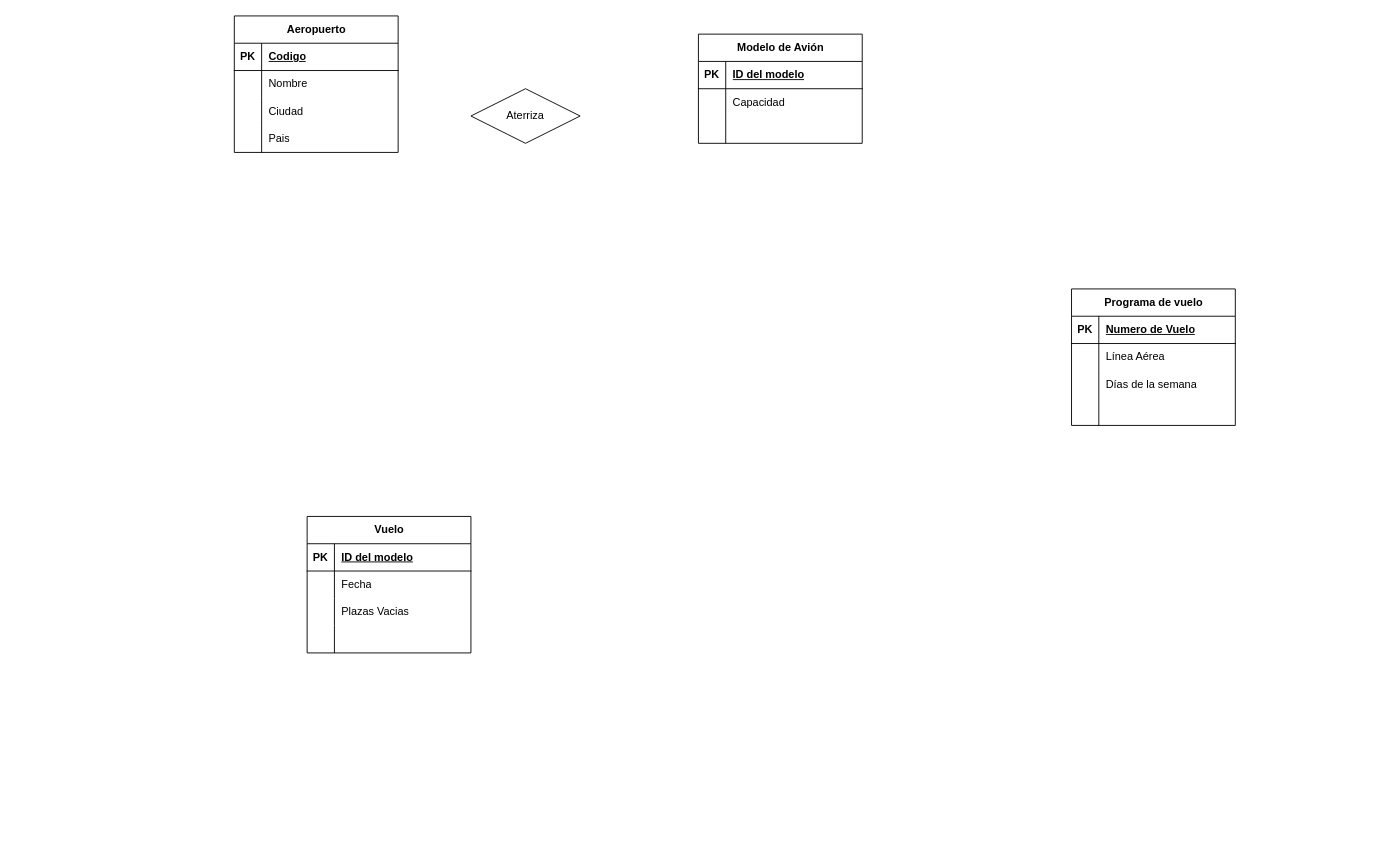
Earlier version of the draw.io diagram page "Página-7" (7 of 7) of UML.drawio (BROC95/JJB_sw). Source tidied: cells renumbered, new cells numbered last; positions are measured from the earlier drawing's top-left corner, leaving out a move shared by most shapes. Both pictures are drawn from the tidied source at 91%, with x=0, y=0 at pixel (234, 15).
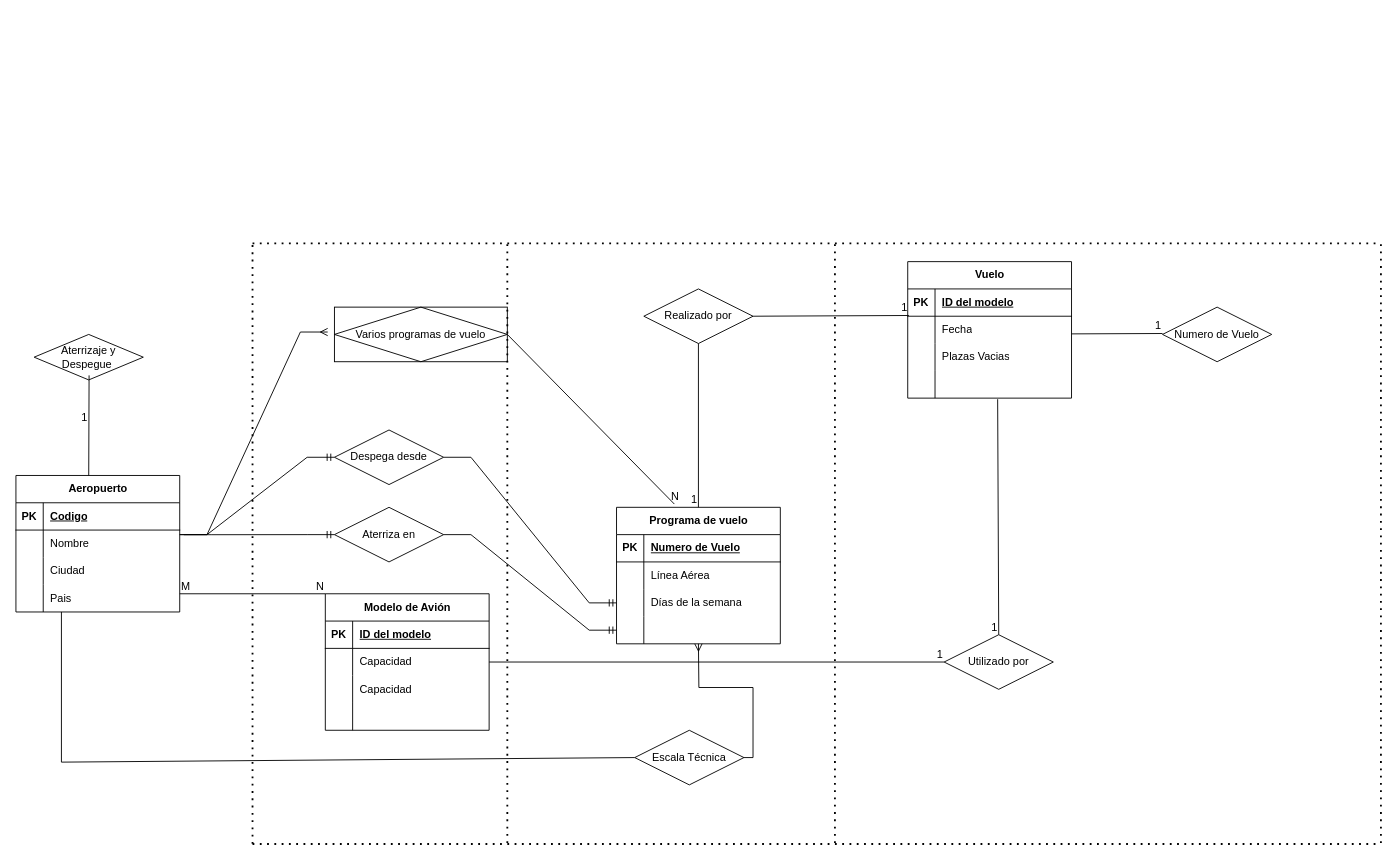
After the change.

Unchanged cells that the change refers to:
```xml
<mxCell id="6" style="shape=tableRow;horizontal=0;startSize=0;swimlaneHead=0;swimlaneBody=0;fillColor=none;points=[[0,0.5],[1,0.5]];portConstraint=eastwest;top=0;left=0;right=0;bottom=0;" parent="2" vertex="1">
  <mxGeometry y="60" width="180" height="30" as="geometry" />
</mxCell>
<mxCell id="19" style="shape=tableRow;horizontal=0;startSize=0;swimlaneHead=0;swimlaneBody=0;fillColor=none;points=[[0,0.5],[1,0.5]];portConstraint=eastwest;top=0;left=0;right=0;bottom=0;" parent="15" vertex="1">
  <mxGeometry y="60" width="180" height="30" as="geometry" />
</mxCell>
<mxCell id="32" style="shape=tableRow;horizontal=0;startSize=0;swimlaneHead=0;swimlaneBody=0;fillColor=none;points=[[0,0.5],[1,0.5]];portConstraint=eastwest;top=0;left=0;right=0;bottom=0;" parent="25" vertex="1">
  <mxGeometry y="90" width="180" height="30" as="geometry" />
</mxCell>
<mxCell id="35" style="shape=tableRow;horizontal=0;startSize=0;swimlaneHead=0;swimlaneBody=0;fillColor=none;points=[[0,0.5],[1,0.5]];portConstraint=eastwest;top=0;left=0;right=0;bottom=0;" parent="25" vertex="1">
  <mxGeometry y="120" width="180" height="30" as="geometry" />
</mxCell>
<mxCell id="42" style="shape=tableRow;horizontal=0;startSize=0;swimlaneHead=0;swimlaneBody=0;fillColor=none;points=[[0,0.5],[1,0.5]];portConstraint=eastwest;top=0;left=0;right=0;bottom=0;" parent="38" vertex="1">
  <mxGeometry y="60" width="180" height="30" as="geometry" />
</mxCell>
<mxCell id="48" style="shape=tableRow;horizontal=0;startSize=0;swimlaneHead=0;swimlaneBody=0;fillColor=none;points=[[0,0.5],[1,0.5]];portConstraint=eastwest;top=0;left=0;right=0;bottom=0;" parent="38" vertex="1">
  <mxGeometry y="120" width="180" height="30" as="geometry" />
</mxCell>
```

Diff of the diagram source:
```diff
@@
     <mxCell id="2" value="Aeropuerto" style="shape=table;startSize=30;childLayout=tableLayout;rowLines=0;fontStyle=1;align=center;html=1;" parent="1" vertex="1">
-      <mxGeometry width="180" height="150" as="geometry" />
+      <mxGeometry x="-240" y="505" width="180" height="150" as="geometry" />
     </mxCell>
@@
     <mxCell id="15" value="Modelo de Avión" style="shape=table;startSize=30;childLayout=tableLayout;rowLines=0;fontStyle=1;align=center;html=1;" parent="1" vertex="1">
-      <mxGeometry x="510" y="20" width="180" height="120" as="geometry" />
+      <mxGeometry x="100" y="635" width="180" height="150" as="geometry" />
     </mxCell>
@@
+    <mxCell id="52" style="shape=tableRow;horizontal=0;startSize=0;swimlaneHead=0;swimlaneBody=0;fillColor=none;top=0;left=0;right=0;bottom=0;" parent="15" vertex="1">
+      <mxGeometry y="90" width="180" height="30" as="geometry" />
+    </mxCell>
+    <mxCell id="53" style="shape=partialRectangle;fillColor=none;top=0;left=0;bottom=0;right=0;overflow=hidden;whiteSpace=wrap;html=1;" parent="52" vertex="1">
+      <mxGeometry width="30" height="30" as="geometry" />
+    </mxCell>
+    <mxCell id="54" value="Capacidad" style="shape=partialRectangle;fillColor=none;top=0;left=0;bottom=0;right=0;align=left;spacingLeft=6;overflow=hidden;whiteSpace=wrap;html=1;" parent="52" vertex="1">
+      <mxGeometry x="30" width="150" height="30" as="geometry" />
+    </mxCell>
     <mxCell id="22" style="shape=tableRow;horizontal=0;startSize=0;swimlaneHead=0;swimlaneBody=0;fillColor=none;top=0;left=0;right=0;bottom=0;" parent="15" vertex="1">
-      <mxGeometry y="90" width="180" height="30" as="geometry" />
+      <mxGeometry y="120" width="180" height="30" as="geometry" />
     </mxCell>
@@
     <mxCell id="25" value="Programa de vuelo" style="shape=table;startSize=30;childLayout=tableLayout;rowLines=0;fontStyle=1;align=center;html=1;" parent="1" vertex="1">
-      <mxGeometry x="920" y="300" width="180" height="150" as="geometry" />
+      <mxGeometry x="420" y="540" width="180" height="150" as="geometry" />
     </mxCell>
@@
     <mxCell id="38" value="Vuelo" style="shape=table;startSize=30;childLayout=tableLayout;rowLines=0;fontStyle=1;align=center;html=1;" parent="1" vertex="1">
-      <mxGeometry x="80" y="550" width="180" height="150" as="geometry" />
+      <mxGeometry x="740" y="270" width="180" height="150" as="geometry" />
     </mxCell>
@@
-    <mxCell id="51" value="Aterriza" style="shape=rhombus;perimeter=rhombusPerimeter;whiteSpace=wrap;html=1;align=center;" parent="1" vertex="1">
-      <mxGeometry x="260" y="80" width="120" height="60" as="geometry" />
+    <mxCell id="51" value="Aterrizaje y Despegue&amp;nbsp;" style="shape=rhombus;perimeter=rhombusPerimeter;whiteSpace=wrap;html=1;align=center;" parent="1" vertex="1">
+      <mxGeometry x="-220" y="350" width="120" height="50" as="geometry" />
     </mxCell>
+    <mxCell id="55" value="Escala Técnica" style="shape=rhombus;perimeter=rhombusPerimeter;whiteSpace=wrap;html=1;align=center;" parent="1" vertex="1">
+      <mxGeometry x="440" y="785" width="120" height="60" as="geometry" />
+    </mxCell>
+    <mxCell id="56" value="Utilizado por" style="shape=rhombus;perimeter=rhombusPerimeter;whiteSpace=wrap;html=1;align=center;" parent="1" vertex="1">
+      <mxGeometry x="780" y="680" width="120" height="60" as="geometry" />
+    </mxCell>
+    <mxCell id="57" value="Realizado por" style="shape=rhombus;perimeter=rhombusPerimeter;whiteSpace=wrap;html=1;align=center;" parent="1" vertex="1">
+      <mxGeometry x="450" y="300" width="120" height="60" as="geometry" />
+    </mxCell>
+    <mxCell id="58" value="Numero de Vuelo" style="shape=rhombus;perimeter=rhombusPerimeter;whiteSpace=wrap;html=1;align=center;" parent="1" vertex="1">
+      <mxGeometry x="1020" y="320" width="120" height="60" as="geometry" />
+    </mxCell>
+    <mxCell id="59" style="endArrow=none;html=1;rounded=0;entryX=0.353;entryY=-0.024;entryDx=0;entryDy=0;entryPerimeter=0;" parent="1" edge="1" target="25">
+      <mxGeometry relative="1" as="geometry">
+        <mxPoint x="300" y="350" as="sourcePoint" />
+      </mxGeometry>
+    </mxCell>
+    <mxCell id="60" value="N" style="html=1;whiteSpace=wrap;align=right;verticalAlign=bottom;" parent="59" vertex="1">
+      <mxGeometry x="1" relative="1" as="geometry">
+        <mxPoint x="6" y="-1" as="offset" />
+      </mxGeometry>
+    </mxCell>
+    <mxCell id="61" value="Varios programas de vuelo" style="shape=associativeEntity;whiteSpace=wrap;html=1;align=center;" parent="1" vertex="1">
+      <mxGeometry x="110" y="320" width="190" height="60" as="geometry" />
+    </mxCell>
+    <mxCell id="62" style="endArrow=none;dashed=1;html=1;dashPattern=1 3;strokeWidth=2;rounded=0;" parent="1" edge="1">
+      <mxGeometry relative="1" as="geometry">
+        <mxPoint x="20" y="251.8" as="sourcePoint" />
+        <mxPoint x="20" y="910" as="targetPoint" />
+      </mxGeometry>
+    </mxCell>
+    <mxCell id="63" style="endArrow=none;dashed=1;html=1;dashPattern=1 3;strokeWidth=2;rounded=0;" parent="1" edge="1">
+      <mxGeometry relative="1" as="geometry">
+        <mxPoint x="20" y="910" as="sourcePoint" />
+        <mxPoint x="1260" y="910" as="targetPoint" />
+      </mxGeometry>
+    </mxCell>
+    <mxCell id="64" style="endArrow=none;dashed=1;html=1;dashPattern=1 3;strokeWidth=2;rounded=0;" parent="1" edge="1">
+      <mxGeometry relative="1" as="geometry">
+        <mxPoint x="300" y="250.9" as="sourcePoint" />
+        <mxPoint x="300" y="909.1" as="targetPoint" />
+      </mxGeometry>
+    </mxCell>
+    <mxCell id="65" style="endArrow=none;html=1;rounded=0;" parent="1" edge="1">
+      <mxGeometry relative="1" as="geometry">
+        <mxPoint x="-60" y="635" as="sourcePoint" />
+        <mxPoint x="100" y="635" as="targetPoint" />
+      </mxGeometry>
+    </mxCell>
+    <mxCell id="66" value="M" style="html=1;whiteSpace=wrap;align=left;verticalAlign=bottom;" parent="65" vertex="1">
+      <mxGeometry x="-1" relative="1" as="geometry" />
+    </mxCell>
+    <mxCell id="67" value="N" style="html=1;whiteSpace=wrap;align=right;verticalAlign=bottom;" parent="65" vertex="1">
+      <mxGeometry x="1" relative="1" as="geometry" />
+    </mxCell>
+    <mxCell id="68" style="edgeStyle=entityRelationEdgeStyle;fontSize=12;html=1;endArrow=ERmany;rounded=0;entryX=-0.039;entryY=0.456;entryDx=0;entryDy=0;entryPerimeter=0;" parent="1" edge="1" target="61">
+      <mxGeometry relative="1" as="geometry">
+        <mxPoint x="-60" y="570" as="sourcePoint" />
+      </mxGeometry>
+    </mxCell>
+    <mxCell id="69" style="edgeStyle=entityRelationEdgeStyle;fontSize=12;html=1;endArrow=ERmandOne;rounded=0;entryX=0;entryY=0.5;entryDx=0;entryDy=0;" parent="1" edge="1" source="71" target="32">
+      <mxGeometry relative="1" as="geometry" />
+    </mxCell>
+    <mxCell id="70" style="edgeStyle=entityRelationEdgeStyle;fontSize=12;html=1;endArrow=ERmandOne;rounded=0;" parent="1" edge="1" target="71">
+      <mxGeometry relative="1" as="geometry">
+        <mxPoint x="-60" y="570" as="sourcePoint" />
+      </mxGeometry>
+    </mxCell>
+    <mxCell id="71" value="Despega desde" style="shape=rhombus;perimeter=rhombusPerimeter;whiteSpace=wrap;html=1;align=center;" parent="1" vertex="1">
+      <mxGeometry x="110" y="455" width="120" height="60" as="geometry" />
+    </mxCell>
+    <mxCell id="72" style="edgeStyle=entityRelationEdgeStyle;fontSize=12;html=1;endArrow=ERmandOne;rounded=0;exitX=1.025;exitY=0.17;exitDx=0;exitDy=0;exitPerimeter=0;" parent="1" edge="1" source="6">
+      <mxGeometry relative="1" as="geometry">
+        <mxPoint x="110" y="570" as="targetPoint" />
+      </mxGeometry>
+    </mxCell>
+    <mxCell id="73" value="Aterriza en" style="shape=rhombus;perimeter=rhombusPerimeter;whiteSpace=wrap;html=1;align=center;" parent="1" vertex="1">
+      <mxGeometry x="110" y="540" width="120" height="60" as="geometry" />
+    </mxCell>
+    <mxCell id="74" style="edgeStyle=entityRelationEdgeStyle;fontSize=12;html=1;endArrow=ERmandOne;rounded=0;entryX=0;entryY=0.5;entryDx=0;entryDy=0;" parent="1" edge="1" source="73" target="35">
+      <mxGeometry relative="1" as="geometry" />
+    </mxCell>
+    <mxCell id="75" style="endArrow=none;dashed=1;html=1;dashPattern=1 3;strokeWidth=2;rounded=0;" parent="1" edge="1">
+      <mxGeometry relative="1" as="geometry">
+        <mxPoint x="660" y="250.9" as="sourcePoint" />
+        <mxPoint x="660" y="909.1" as="targetPoint" />
+      </mxGeometry>
+    </mxCell>
+    <mxCell id="76" style="endArrow=none;html=1;rounded=0;entryX=0.007;entryY=-0.027;entryDx=0;entryDy=0;entryPerimeter=0;" parent="1" edge="1" target="42">
+      <mxGeometry relative="1" as="geometry">
+        <mxPoint x="570" y="330" as="sourcePoint" />
+      </mxGeometry>
+    </mxCell>
+    <mxCell id="77" value="1" style="html=1;whiteSpace=wrap;align=right;verticalAlign=bottom;" parent="76" vertex="1">
+      <mxGeometry x="1" relative="1" as="geometry" />
+    </mxCell>
+    <mxCell id="78" style="endArrow=none;html=1;rounded=0;" parent="1" edge="1" target="25">
+      <mxGeometry relative="1" as="geometry">
+        <mxPoint x="510" y="360" as="sourcePoint" />
+      </mxGeometry>
+    </mxCell>
+    <mxCell id="79" value="1" style="html=1;whiteSpace=wrap;align=right;verticalAlign=bottom;" parent="78" vertex="1">
+      <mxGeometry x="1" relative="1" as="geometry" />
+    </mxCell>
+    <mxCell id="80" style="endArrow=none;html=1;rounded=0;entryX=0;entryY=0.5;entryDx=0;entryDy=0;exitX=1;exitY=0.5;exitDx=0;exitDy=0;" parent="1" edge="1" source="19" target="56">
+      <mxGeometry relative="1" as="geometry" />
+    </mxCell>
+    <mxCell id="81" value="1" style="html=1;whiteSpace=wrap;align=right;verticalAlign=bottom;" parent="80" vertex="1">
+      <mxGeometry x="1" relative="1" as="geometry" />
+    </mxCell>
+    <mxCell id="82" style="endArrow=none;html=1;rounded=0;entryX=0.5;entryY=0;entryDx=0;entryDy=0;exitX=0.549;exitY=1.04;exitDx=0;exitDy=0;exitPerimeter=0;" parent="1" edge="1" source="48" target="56">
+      <mxGeometry relative="1" as="geometry" />
+    </mxCell>
+    <mxCell id="83" value="1" style="html=1;whiteSpace=wrap;align=right;verticalAlign=bottom;" parent="82" vertex="1">
+      <mxGeometry x="1" relative="1" as="geometry" />
+    </mxCell>
+    <mxCell id="84" style="edgeStyle=orthogonalEdgeStyle;fontSize=12;html=1;endArrow=ERmany;rounded=0;exitX=1;exitY=0.5;exitDx=0;exitDy=0;" parent="1" edge="1" source="55">
+      <mxGeometry relative="1" as="geometry">
+        <mxPoint x="510" y="690" as="targetPoint" />
+      </mxGeometry>
+    </mxCell>
+    <mxCell id="85" style="endArrow=none;html=1;rounded=0;" parent="1" edge="1">
+      <mxGeometry relative="1" as="geometry">
+        <mxPoint x="-190" y="820" as="sourcePoint" />
+        <mxPoint x="440" y="815" as="targetPoint" />
+      </mxGeometry>
+    </mxCell>
+    <mxCell id="86" style="endArrow=none;html=1;rounded=0;" parent="1" edge="1">
+      <mxGeometry relative="1" as="geometry">
+        <mxPoint x="-190" y="820" as="sourcePoint" />
+        <mxPoint x="-190" y="655" as="targetPoint" />
+      </mxGeometry>
+    </mxCell>
+    <mxCell id="87" style="endArrow=none;html=1;rounded=0;" parent="1" edge="1">
+      <mxGeometry relative="1" as="geometry">
+        <mxPoint x="920" y="349.4" as="sourcePoint" />
+        <mxPoint x="1020" y="349" as="targetPoint" />
+      </mxGeometry>
+    </mxCell>
+    <mxCell id="88" value="1" style="html=1;whiteSpace=wrap;align=right;verticalAlign=bottom;" parent="87" vertex="1">
+      <mxGeometry x="1" relative="1" as="geometry" />
+    </mxCell>
+    <mxCell id="89" style="endArrow=none;html=1;rounded=0;" parent="1" edge="1">
+      <mxGeometry relative="1" as="geometry">
+        <mxPoint x="-160" y="505" as="sourcePoint" />
+        <mxPoint x="-159.6" y="395" as="targetPoint" />
+      </mxGeometry>
+    </mxCell>
+    <mxCell id="90" value="1" style="html=1;whiteSpace=wrap;align=right;verticalAlign=bottom;" parent="89" vertex="1">
+      <mxGeometry x="1" relative="1" as="geometry">
+        <mxPoint y="55" as="offset" />
+      </mxGeometry>
+    </mxCell>
+    <mxCell id="91" style="endArrow=none;dashed=1;html=1;dashPattern=1 3;strokeWidth=2;rounded=0;" parent="1" edge="1">
+      <mxGeometry relative="1" as="geometry">
+        <mxPoint x="1260" y="250.9" as="sourcePoint" />
+        <mxPoint x="1260" y="909.1" as="targetPoint" />
+      </mxGeometry>
+    </mxCell>
+    <mxCell id="92" style="endArrow=none;dashed=1;html=1;dashPattern=1 3;strokeWidth=2;rounded=0;" parent="1" edge="1">
+      <mxGeometry relative="1" as="geometry">
+        <mxPoint x="20" y="250" as="sourcePoint" />
+        <mxPoint x="1260" y="250" as="targetPoint" />
+      </mxGeometry>
+    </mxCell>
```
